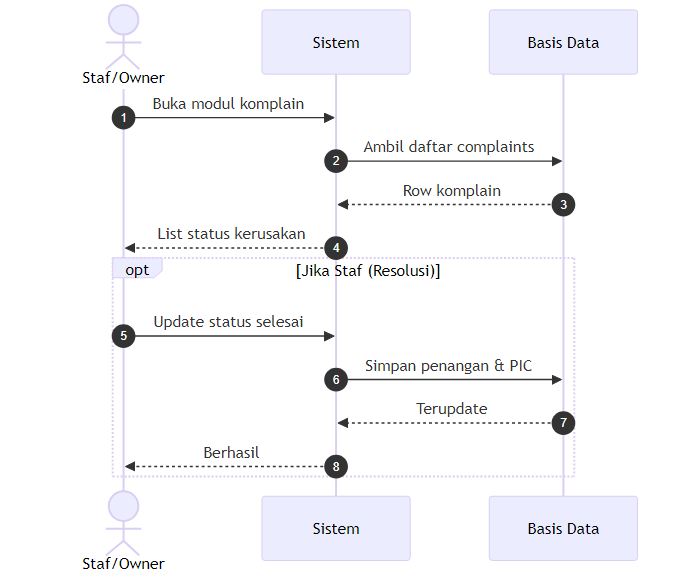
ahmadyasser72/tem-2 keeps this Mermaid diagram as docs/diagrams/7_sequence_diagram_lihat_komplain.png. Above is the earlier version. Its source is kept beside it as docs/diagrams/7_sequence_diagram_lihat_komplain.mmd.
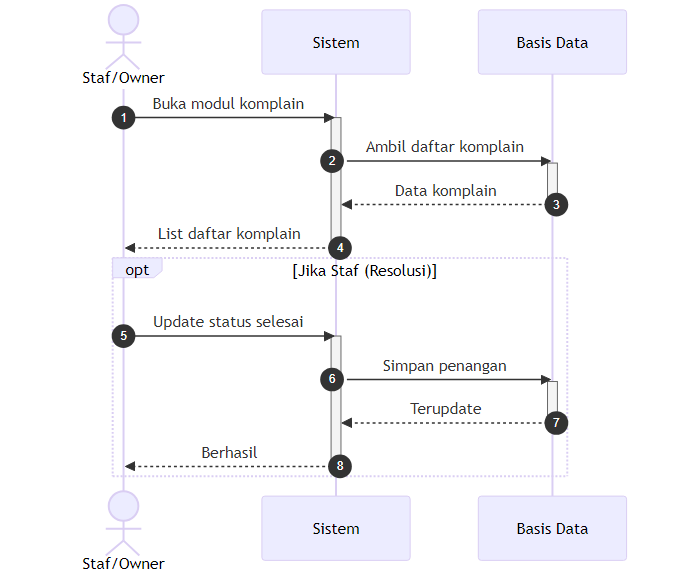
After the change.

What changed in the source:
```diff
@@ -5,13 +5,21 @@
     participant Basis Data
 
     Pengelola->>Sistem: Buka modul komplain
-    Sistem->>Basis Data: Ambil daftar complaints
-    Basis Data-->>Sistem: Row komplain
-    Sistem-->>Pengelola: List status kerusakan
+    activate Sistem
+    Sistem->>Basis Data: Ambil daftar komplain
+    activate Basis Data
+    Basis Data-->>Sistem: Data komplain
+    deactivate Basis Data
+    Sistem-->>Pengelola: List daftar komplain
+    deactivate Sistem
 
     opt Jika Staf (Resolusi)
         Pengelola->>Sistem: Update status selesai
-        Sistem->>Basis Data: Simpan penangan & PIC
+        activate Sistem
+        Sistem->>Basis Data: Simpan penangan
+        activate Basis Data
         Basis Data-->>Sistem: Terupdate
+        deactivate Basis Data
         Sistem-->>Pengelola: Berhasil
+        deactivate Sistem
     end
```
